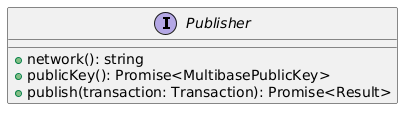
Before: docs/modules/ROOT/images/publisher-class-diagram.png, a diagram exported from PlantUML (Swiss-Digital-Assets-Institute/public-did-sdk-js). The source it was exported from:
```plantuml
@startuml
interface Publisher {
  + network(): string
  + publicKey(): Promise<MultibasePublicKey>
  + publish(transaction: Transaction): Promise<Result>
}
@enduml
```
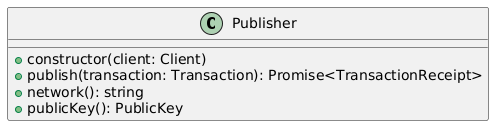
Later version of the same file.

The edit, as a diff of the source:
```diff
@@ -1,7 +1,8 @@
 @startuml
-interface Publisher {
+class Publisher {
+  + constructor(client: Client)
+  + publish(transaction: Transaction): Promise<TransactionReceipt>
   + network(): string
-  + publicKey(): Promise<MultibasePublicKey>
-  + publish(transaction: Transaction): Promise<Result>
+  + publicKey(): PublicKey
 }
 @enduml
```
